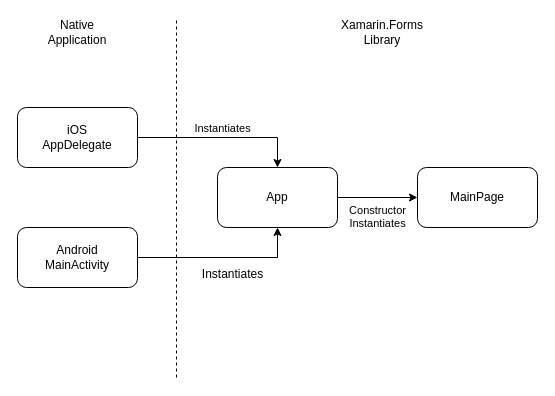
Above: docs/Chapters/Chapter_1_Introduction/img/startup objects.drawio in UniversityOfPlymouthComputing/MobileDev-XamarinForms (draw.io), before the change. Source tidied: cells renumbered, new cells numbered last; positions are measured from the earlier drawing's top-left corner, leaving out a move shared by most shapes. Both pictures are drawn from the tidied source at 100%, with x=0, y=0 at pixel (17, 17).
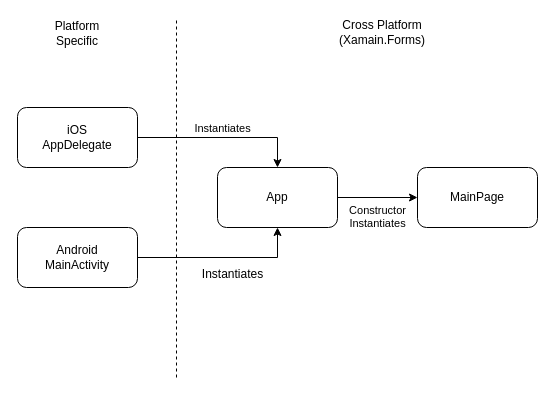
The same page after the edit.

Commit message (it also covers changes not shown here):
Updated to emphasis boundary between platform specific and cross platform code

The edit, as a diff of the source:
```diff
@@
 <mxGraphModel background="#ffffff">
   <root>
     <mxCell id="0" />
     <mxCell id="1" parent="0" />
     <mxCell id="2" value="Instantiates&lt;br&gt;" style="edgeStyle=orthogonalEdgeStyle;rounded=0;jettySize=auto;html=1;exitX=1;exitY=0.5;exitDx=0;exitDy=0;entryX=0.5;entryY=0;entryDx=0;entryDy=0;verticalAlign=bottom;" parent="1" edge="1" source="3" target="8">
       <mxGeometry relative="1" as="geometry" />
     </mxCell>
     <mxCell id="3" value="iOS&lt;br&gt;AppDelegate&lt;br&gt;" style="rounded=1;whiteSpace=wrap;html=1;" parent="1" vertex="1">
       <mxGeometry y="90" width="120" height="60" as="geometry" />
     </mxCell>
     <mxCell id="4" style="edgeStyle=orthogonalEdgeStyle;rounded=0;jettySize=auto;html=1;exitX=1;exitY=0.5;exitDx=0;exitDy=0;entryX=0.5;entryY=1;entryDx=0;entryDy=0;" parent="1" edge="1" source="6" target="8">
       <mxGeometry relative="1" as="geometry" />
     </mxCell>
     <mxCell id="5" value="Instantiates" style="text;html=1;align=center;verticalAlign=top;labelBackgroundColor=#ffffff;" parent="4" vertex="1">
       <mxGeometry x="-0.08" y="-3" relative="1" as="geometry">
         <mxPoint x="16" as="offset" />
       </mxGeometry>
     </mxCell>
     <mxCell id="6" value="Android&lt;br&gt;MainActivity&lt;br&gt;" style="rounded=1;whiteSpace=wrap;html=1;" parent="1" vertex="1">
       <mxGeometry y="210" width="120" height="60" as="geometry" />
     </mxCell>
     <mxCell id="7" value="Constructor&lt;br&gt;Instantiates" style="edgeStyle=orthogonalEdgeStyle;rounded=0;jettySize=auto;html=1;exitX=1;exitY=0.5;exitDx=0;exitDy=0;entryX=0;entryY=0.5;entryDx=0;entryDy=0;verticalAlign=top;" parent="1" edge="1" source="8" target="9">
       <mxGeometry relative="1" as="geometry" />
     </mxCell>
     <mxCell id="8" value="App&lt;br&gt;" style="rounded=1;whiteSpace=wrap;html=1;" parent="1" vertex="1">
       <mxGeometry x="200" y="150" width="120" height="60" as="geometry" />
     </mxCell>
     <mxCell id="9" value="MainPage&lt;br&gt;" style="rounded=1;whiteSpace=wrap;html=1;" parent="1" vertex="1">
       <mxGeometry x="400" y="150" width="120" height="60" as="geometry" />
     </mxCell>
     <mxCell id="10" style="endArrow=none;dashed=1;html=1;" parent="1" edge="1">
       <mxGeometry relative="1" as="geometry">
         <mxPoint x="159" y="360" as="sourcePoint" />
         <mxPoint x="159" as="targetPoint" />
       </mxGeometry>
     </mxCell>
-    <mxCell id="11" value="Native Application" style="text;html=1;strokeColor=none;fillColor=none;align=center;verticalAlign=middle;whiteSpace=wrap;rounded=0;" parent="1" vertex="1">
-      <mxGeometry x="15" width="90" height="30" as="geometry" />
+    <mxCell id="11" value="Platform&lt;br&gt;Specific&lt;br&gt;" style="text;html=1;strokeColor=none;fillColor=none;align=center;verticalAlign=middle;whiteSpace=wrap;rounded=0;" parent="1" vertex="1">
+      <mxGeometry y="1" width="120" height="30" as="geometry" />
     </mxCell>
-    <mxCell id="12" value="Xamarin.Forms&lt;br&gt;Library&lt;br&gt;" style="text;html=1;strokeColor=none;fillColor=none;align=center;verticalAlign=middle;whiteSpace=wrap;rounded=0;" parent="1" vertex="1">
+    <mxCell id="12" value="Cross Platform&lt;br&gt;(Xamain.Forms)&lt;br&gt;" style="text;html=1;strokeColor=none;fillColor=none;align=center;verticalAlign=middle;whiteSpace=wrap;rounded=0;" parent="1" vertex="1">
       <mxGeometry x="320" width="90" height="30" as="geometry" />
     </mxCell>
   </root>
 </mxGraphModel>
```
